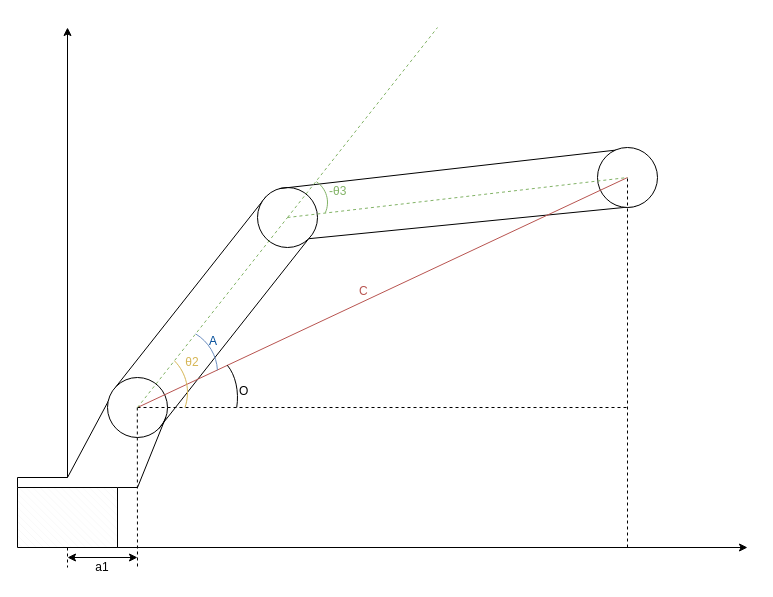
Earlier version of the draw.io diagram img/scheme_inverse_kin.drawio (OnisOris/AR3Manipulator). Source tidied: cells renumbered, new cells numbered last; positions are measured from the earlier drawing's top-left corner, leaving out a move shared by most shapes. Both pictures are drawn from the tidied source at 100%, with x=0, y=0 at pixel (17, 27).
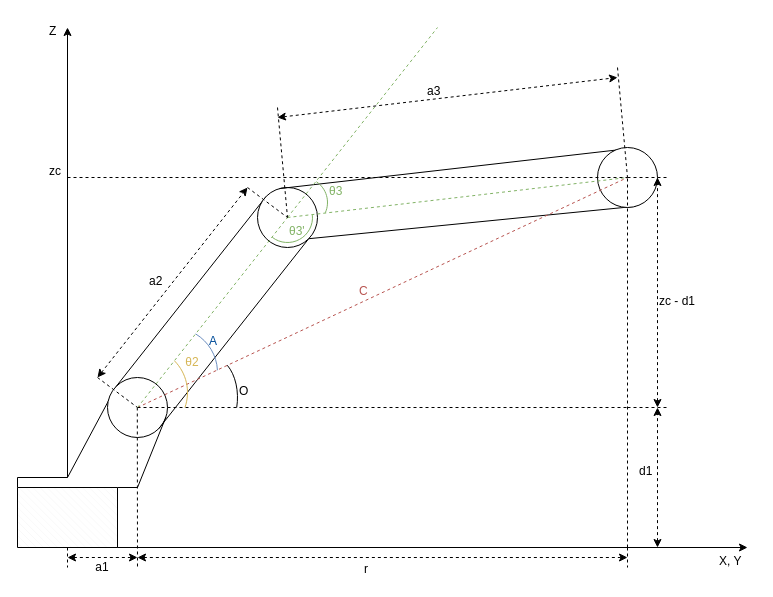
Above is the later version.

Unchanged cells that the change refers to:
```xml
<mxCell id="18" style="ellipse;whiteSpace=wrap;html=1;" parent="1" vertex="1">
  <mxGeometry x="580" y="120" width="60" height="60" as="geometry" />
</mxCell>
```

Diff of the diagram source:
```diff
@@
-    <mxCell id="4" style="endArrow=classic;startArrow=classic;html=1;rounded=0;" parent="1" edge="1">
+    <mxCell id="4" style="endArrow=classic;startArrow=classic;html=1;rounded=0;dashed=1;" parent="1" edge="1">
       <mxGeometry relative="1" as="geometry">
         <mxPoint x="50" y="530" as="sourcePoint" />
         <mxPoint x="120" y="530" as="targetPoint" />
       </mxGeometry>
     </mxCell>
@@
-    <mxCell id="19" style="endArrow=none;html=1;rounded=1;entryX=0.5;entryY=0.5;entryDx=0;entryDy=0;entryPerimeter=0;fillColor=#f8cecc;strokeColor=#B85450;" parent="1" edge="1" target="18">
+    <mxCell id="19" style="endArrow=none;html=1;rounded=1;entryX=0.5;entryY=0.5;entryDx=0;entryDy=0;entryPerimeter=0;fillColor=#f8cecc;strokeColor=#B85450;dashed=1;" parent="1" edge="1" target="18">
       <mxGeometry relative="1" as="geometry">
         <mxPoint x="120" y="380" as="sourcePoint" />
       </mxGeometry>
     </mxCell>
@@
-    <mxCell id="33" value="&lt;font color=&quot;#82b366&quot;&gt;-θ3&lt;/font&gt;" style="text;whiteSpace=wrap;html=1;" parent="1" vertex="1">
+    <mxCell id="33" value="&lt;font color=&quot;#82b366&quot;&gt;θ3&lt;/font&gt;" style="text;whiteSpace=wrap;html=1;" parent="1" vertex="1">
       <mxGeometry x="310" y="150" width="40" height="30" as="geometry" />
     </mxCell>
+    <mxCell id="34" style="verticalLabelPosition=bottom;verticalAlign=top;html=1;shape=mxgraph.basic.arc;startAngle=0.23480806952746686;endAngle=0.6043572000800763;strokeColor=#82B366;" parent="1" vertex="1">
+      <mxGeometry x="245" y="165" width="50" height="50" as="geometry" />
+    </mxCell>
+    <mxCell id="35" value="&lt;font color=&quot;#82b366&quot;&gt;θ3'&lt;/font&gt;" style="text;whiteSpace=wrap;html=1;" parent="1" vertex="1">
+      <mxGeometry x="270" y="190" width="25" height="20" as="geometry" />
+    </mxCell>
+    <mxCell id="36" value="a2" style="text;whiteSpace=wrap;html=1;" parent="1" vertex="1">
+      <mxGeometry x="130" y="240" width="20" height="20" as="geometry" />
+    </mxCell>
+    <mxCell id="37" value="a3" style="text;whiteSpace=wrap;html=1;" parent="1" vertex="1">
+      <mxGeometry x="408" y="50" width="16" height="20" as="geometry" />
+    </mxCell>
+    <mxCell id="38" style="endArrow=none;html=1;rounded=0;dashed=1;" parent="1" edge="1">
+      <mxGeometry relative="1" as="geometry">
+        <mxPoint x="600" y="40" as="sourcePoint" />
+        <mxPoint x="610" y="150" as="targetPoint" />
+      </mxGeometry>
+    </mxCell>
+    <mxCell id="39" style="endArrow=none;html=1;rounded=0;dashed=1;" parent="1" edge="1">
+      <mxGeometry relative="1" as="geometry">
+        <mxPoint x="260" y="80" as="sourcePoint" />
+        <mxPoint x="270" y="190" as="targetPoint" />
+      </mxGeometry>
+    </mxCell>
+    <mxCell id="40" style="endArrow=classic;startArrow=classic;html=1;rounded=0;dashed=1;" parent="1" edge="1">
+      <mxGeometry relative="1" as="geometry">
+        <mxPoint x="260" y="90" as="sourcePoint" />
+        <mxPoint x="600" y="50" as="targetPoint" />
+      </mxGeometry>
+    </mxCell>
+    <mxCell id="41" style="endArrow=none;html=1;rounded=0;dashed=1;entryX=0;entryY=0;entryDx=0;entryDy=0;" parent="1" edge="1">
+      <mxGeometry relative="1" as="geometry">
+        <mxPoint x="80" y="350" as="sourcePoint" />
+        <mxPoint x="120" y="380" as="targetPoint" />
+      </mxGeometry>
+    </mxCell>
+    <mxCell id="42" style="endArrow=none;html=1;rounded=0;dashed=1;entryX=0;entryY=0;entryDx=0;entryDy=0;" parent="1" edge="1">
+      <mxGeometry relative="1" as="geometry">
+        <mxPoint x="230" y="160" as="sourcePoint" />
+        <mxPoint x="270" y="190" as="targetPoint" />
+      </mxGeometry>
+    </mxCell>
+    <mxCell id="43" style="endArrow=classic;startArrow=classic;html=1;rounded=0;dashed=1;" parent="1" edge="1">
+      <mxGeometry relative="1" as="geometry">
+        <mxPoint x="80" y="350" as="sourcePoint" />
+        <mxPoint x="230" y="160" as="targetPoint" />
+      </mxGeometry>
+    </mxCell>
+    <mxCell id="44" value="Z" style="text;whiteSpace=wrap;html=1;" parent="1" vertex="1">
+      <mxGeometry x="30" y="-10" width="16" height="20" as="geometry" />
+    </mxCell>
+    <mxCell id="45" value="X, Y" style="text;whiteSpace=wrap;html=1;" parent="1" vertex="1">
+      <mxGeometry x="700" y="520" width="30" height="20" as="geometry" />
+    </mxCell>
+    <mxCell id="46" value="r" style="text;whiteSpace=wrap;html=1;" parent="1" vertex="1">
+      <mxGeometry x="345" y="527.5" width="30" height="25" as="geometry" />
+    </mxCell>
+    <mxCell id="47" style="endArrow=none;html=1;rounded=0;dashed=1;" parent="1" edge="1">
+      <mxGeometry relative="1" as="geometry">
+        <mxPoint x="610" y="520" as="sourcePoint" />
+        <mxPoint x="610" y="540" as="targetPoint" />
+      </mxGeometry>
+    </mxCell>
+    <mxCell id="48" style="endArrow=classic;startArrow=classic;html=1;rounded=0;dashed=1;" parent="1" edge="1">
+      <mxGeometry relative="1" as="geometry">
+        <mxPoint x="120" y="530" as="sourcePoint" />
+        <mxPoint x="610" y="530" as="targetPoint" />
+      </mxGeometry>
+    </mxCell>
+    <mxCell id="49" style="endArrow=none;dashed=1;html=1;strokeWidth=1;rounded=0;" parent="1" edge="1">
+      <mxGeometry relative="1" as="geometry">
+        <mxPoint x="610" y="380" as="sourcePoint" />
+        <mxPoint x="650" y="380" as="targetPoint" />
+      </mxGeometry>
+    </mxCell>
+    <mxCell id="50" style="endArrow=none;dashed=1;html=1;strokeWidth=1;rounded=0;" parent="1" edge="1">
+      <mxGeometry relative="1" as="geometry">
+        <mxPoint x="610" y="150" as="sourcePoint" />
+        <mxPoint x="650" y="150" as="targetPoint" />
+      </mxGeometry>
+    </mxCell>
+    <mxCell id="51" style="endArrow=classic;startArrow=classic;html=1;rounded=0;dashed=1;" parent="1" edge="1">
+      <mxGeometry relative="1" as="geometry">
+        <mxPoint x="640" y="380" as="sourcePoint" />
+        <mxPoint x="640" y="150" as="targetPoint" />
+      </mxGeometry>
+    </mxCell>
+    <mxCell id="52" style="endArrow=classic;startArrow=classic;html=1;rounded=0;dashed=1;" parent="1" edge="1">
+      <mxGeometry relative="1" as="geometry">
+        <mxPoint x="640" y="520" as="sourcePoint" />
+        <mxPoint x="640" y="380" as="targetPoint" />
+      </mxGeometry>
+    </mxCell>
+    <mxCell id="53" value="d1" style="text;whiteSpace=wrap;html=1;" parent="1" vertex="1">
+      <mxGeometry x="620" y="430" width="20" height="20" as="geometry" />
+    </mxCell>
+    <mxCell id="54" style="endArrow=none;dashed=1;html=1;strokeWidth=1;rounded=0;" parent="1" edge="1">
+      <mxGeometry relative="1" as="geometry">
+        <mxPoint x="50" y="150" as="sourcePoint" />
+        <mxPoint x="610" y="150" as="targetPoint" />
+      </mxGeometry>
+    </mxCell>
+    <mxCell id="55" value="zc" style="text;whiteSpace=wrap;html=1;" parent="1" vertex="1">
+      <mxGeometry x="30" y="130" width="16" height="20" as="geometry" />
+    </mxCell>
+    <mxCell id="56" value="zc - d1" style="text;whiteSpace=wrap;html=1;" parent="1" vertex="1">
+      <mxGeometry x="640" y="260" width="40" height="20" as="geometry" />
+    </mxCell>
```
